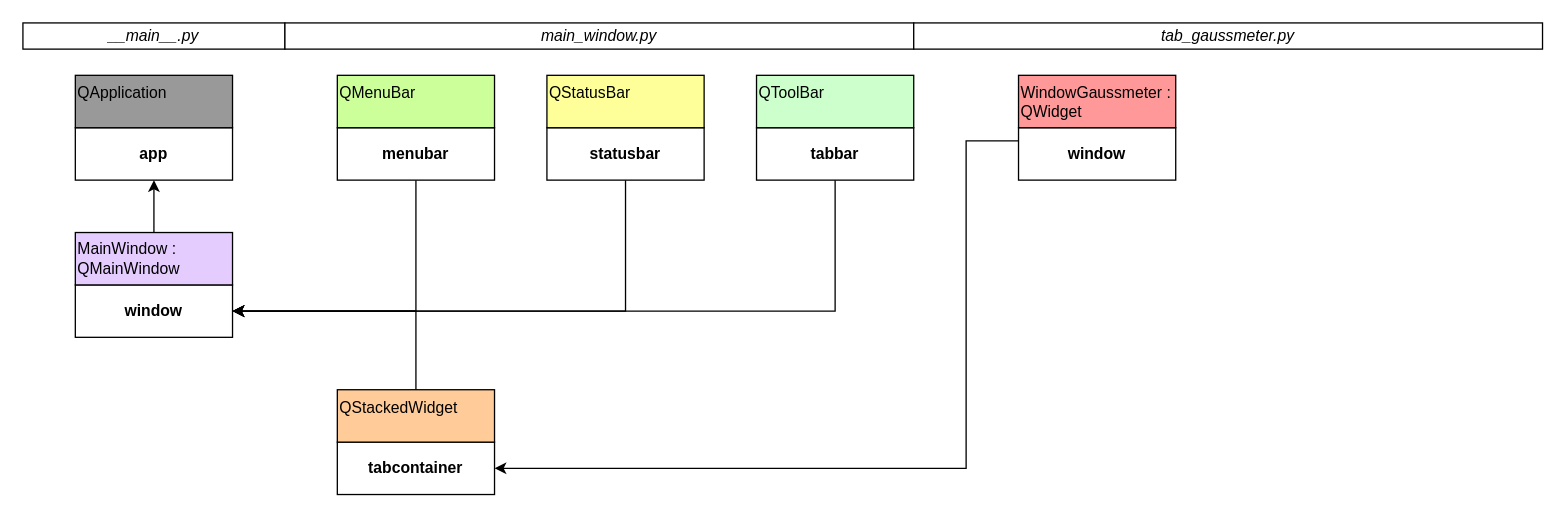
Above: page "UI Hierarchy" (4 of 4) of design/UI_layouts.drawio in Hans-Bananendans/HCT-GUI (draw.io), before the change. Source tidied: cells renumbered, new cells numbered last; positions are measured from the earlier drawing's top-left corner, leaving out a move shared by most shapes. Both pictures are drawn from the tidied source at 131%, with x=0, y=0 at pixel (22, 22).
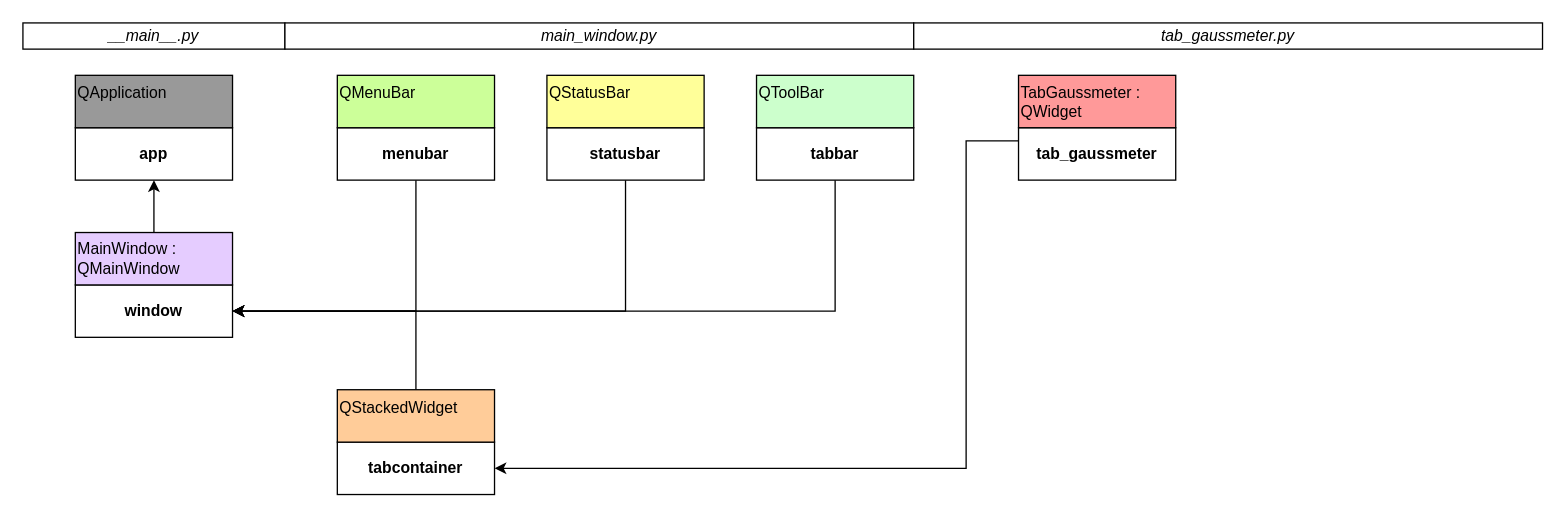
The same diagram, later.

Commit message (it also covers changes not shown here):
Renamed tab_gaussmeter in hierarchy

The edit, as a diff of the source:
```diff
@@
-    <mxCell id="22" value="window" style="rounded=0;whiteSpace=wrap;html=1;align=center;fontStyle=1;" parent="1" vertex="1">
+    <mxCell id="22" value="tab_gaussmeter" style="rounded=0;whiteSpace=wrap;html=1;align=center;fontStyle=1;" parent="1" vertex="1">
       <mxGeometry x="760" y="80" width="120" height="40" as="geometry" />
     </mxCell>
-    <mxCell id="23" value="WindowGaussmeter : QWidget" style="rounded=0;whiteSpace=wrap;html=1;align=left;fillColor=#FF9999;verticalAlign=top;" parent="1" vertex="1">
+    <mxCell id="23" value="TabGaussmeter : QWidget" style="rounded=0;whiteSpace=wrap;html=1;align=left;fillColor=#FF9999;verticalAlign=top;" parent="1" vertex="1">
       <mxGeometry x="760" y="40" width="120" height="40" as="geometry" />
     </mxCell>
```
